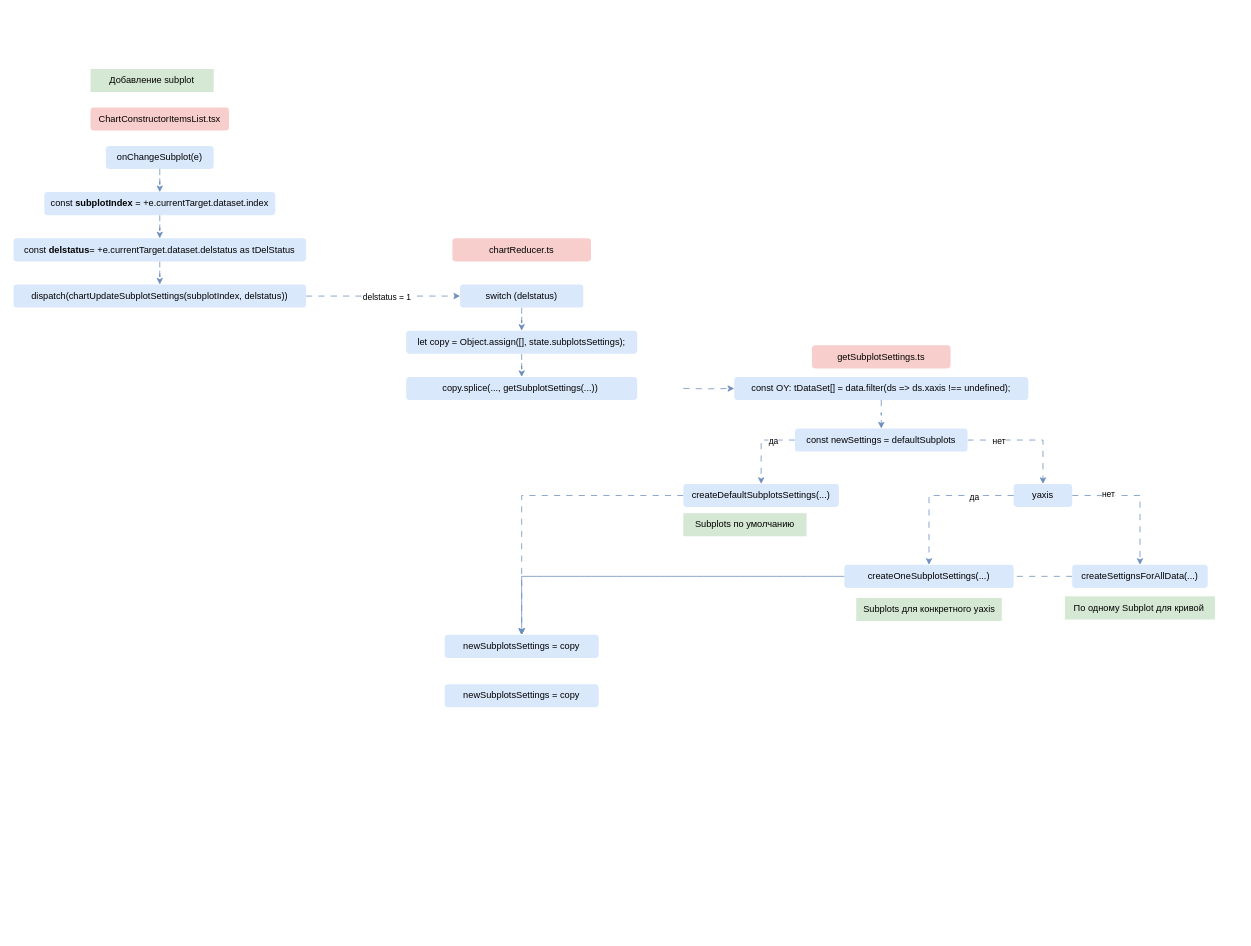
Above: page "Subplots" (3 of 3) of Plotly.drawio in orlov-oleg-developer/asuter-UML (draw.io), before the change. Source tidied: cells renumbered, new cells numbered last; positions are measured from the earlier drawing's top-left corner, leaving out a move shared by most shapes. Both pictures are drawn from the tidied source at 77%, with x=0, y=0 at pixel (13, 69).
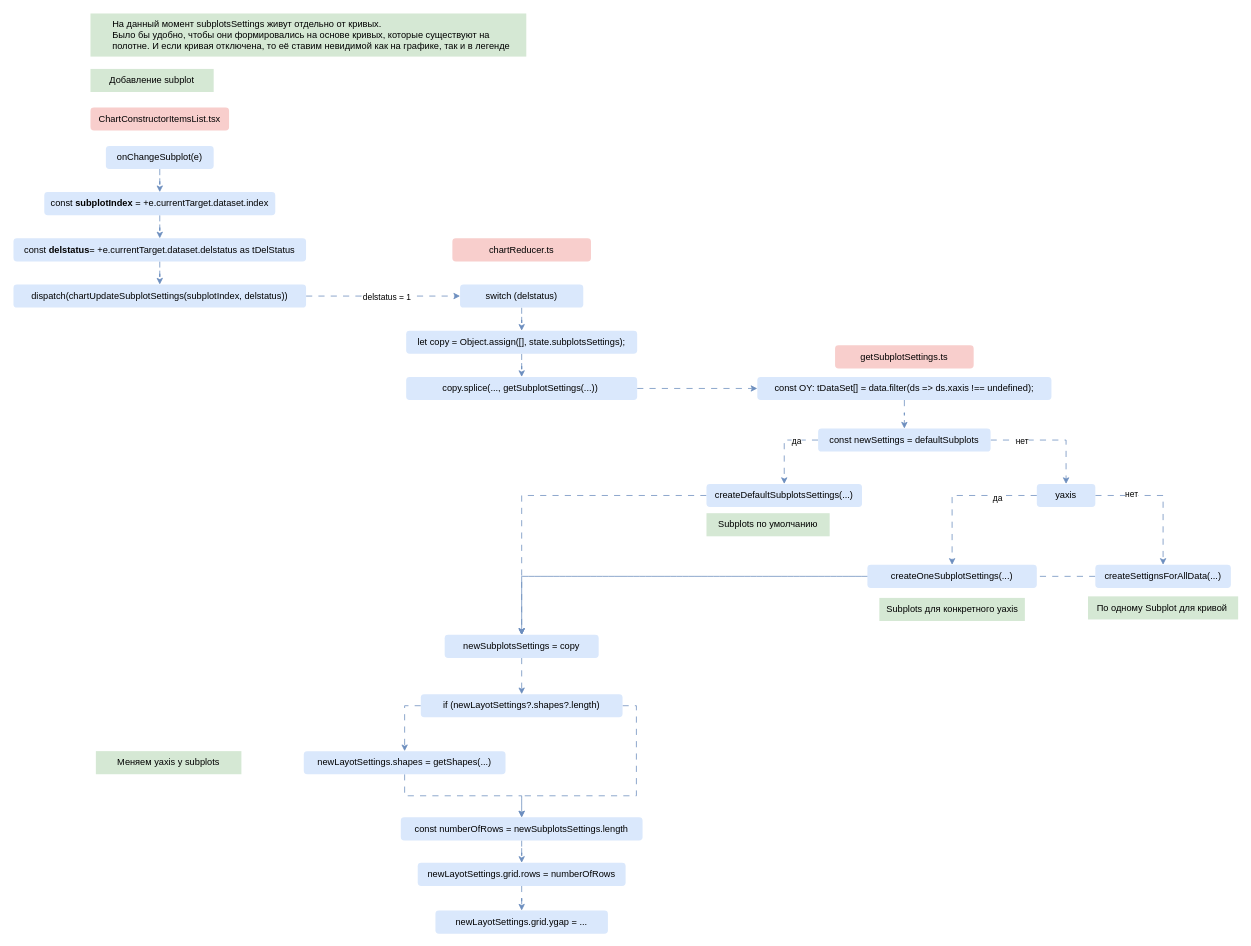
The same page after the edit.

The change refers to these unchanged cells:
```xml
<mxCell id="20" value="copy.splice(...,&amp;nbsp;getSubplotSettings(...))&amp;nbsp;" style="text;html=1;strokeColor=none;fillColor=#dae8fc;align=center;verticalAlign=middle;whiteSpace=wrap;rounded=1;" parent="1" vertex="1">
  <mxGeometry x="510" y="400" width="300" height="30" as="geometry" />
</mxCell>
<mxCell id="21" value="newSubplotsSettings = copy" style="text;html=1;strokeColor=none;fillColor=#dae8fc;align=center;verticalAlign=middle;whiteSpace=wrap;rounded=1;" parent="1" vertex="1">
  <mxGeometry x="560" y="735" width="200" height="30" as="geometry" />
</mxCell>
```

What changed in the source:
```diff
@@
-    <mxCell id="19" style="edgeStyle=orthogonalEdgeStyle;shape=connector;rounded=0;jettySize=auto;html=1;entryX=0;entryY=0.5;entryDx=0;entryDy=0;dashed=1;dashPattern=8 8;labelBackgroundColor=default;strokeColor=#6c8ebf;align=center;verticalAlign=middle;fontFamily=Helvetica;fontSize=11;fontColor=default;endArrow=classic;fillColor=#dae8fc;" parent="1" edge="1" target="24">
-      <mxGeometry relative="1" as="geometry">
-        <mxPoint x="870" y="415" as="sourcePoint" />
-      </mxGeometry>
-    </mxCell>
+    <mxCell id="44" style="edgeStyle=orthogonalEdgeStyle;shape=connector;rounded=0;jettySize=auto;html=1;entryX=0;entryY=0.5;entryDx=0;entryDy=0;dashed=1;dashPattern=8 8;labelBackgroundColor=default;strokeColor=#6c8ebf;align=center;verticalAlign=middle;fontFamily=Helvetica;fontSize=11;fontColor=default;endArrow=classic;fillColor=#dae8fc;" parent="1" edge="1" source="20" target="24">
+      <mxGeometry relative="1" as="geometry" />
+    </mxCell>
@@
+    <mxCell id="45" style="edgeStyle=orthogonalEdgeStyle;shape=connector;rounded=0;jettySize=auto;html=1;entryX=0.5;entryY=0;entryDx=0;entryDy=0;dashed=1;dashPattern=8 8;labelBackgroundColor=default;strokeColor=#6c8ebf;align=center;verticalAlign=middle;fontFamily=Helvetica;fontSize=11;fontColor=default;endArrow=classic;fillColor=#dae8fc;" parent="1" edge="1" source="21" target="43">
+      <mxGeometry relative="1" as="geometry" />
+    </mxCell>
@@
     <mxCell id="22" value="getSubplotSettings.ts" style="text;html=1;strokeColor=none;fillColor=#f8cecc;align=center;verticalAlign=middle;whiteSpace=wrap;rounded=1;" parent="1" vertex="1">
-      <mxGeometry x="1037" y="359" width="180" height="30" as="geometry" />
+      <mxGeometry x="1067" y="359" width="180" height="30" as="geometry" />
     </mxCell>
@@
     <mxCell id="24" value="const OY: tDataSet[] = data.filter(ds =&amp;gt; ds.xaxis !== undefined);" style="text;html=1;strokeColor=none;fillColor=#dae8fc;align=center;verticalAlign=middle;whiteSpace=wrap;rounded=1;" parent="1" vertex="1">
-      <mxGeometry x="936" y="400" width="382" height="30" as="geometry" />
+      <mxGeometry x="966" y="400" width="382" height="30" as="geometry" />
     </mxCell>
@@
     <mxCell id="29" value="const newSettings = defaultSubplots" style="text;html=1;strokeColor=none;fillColor=#dae8fc;align=center;verticalAlign=middle;whiteSpace=wrap;rounded=1;" parent="1" vertex="1">
-      <mxGeometry x="1015" y="467" width="224" height="30" as="geometry" />
+      <mxGeometry x="1045" y="467" width="224" height="30" as="geometry" />
     </mxCell>
@@
     <mxCell id="31" value="createDefaultSubplotsSettings(...)" style="text;html=1;strokeColor=none;fillColor=#dae8fc;align=center;verticalAlign=middle;whiteSpace=wrap;rounded=1;" parent="1" vertex="1">
-      <mxGeometry x="870" y="539" width="202" height="30" as="geometry" />
+      <mxGeometry x="900" y="539" width="202" height="30" as="geometry" />
     </mxCell>
@@
     <mxCell id="34" value="yaxis" style="text;html=1;strokeColor=none;fillColor=#dae8fc;align=center;verticalAlign=middle;whiteSpace=wrap;rounded=1;" parent="1" vertex="1">
-      <mxGeometry x="1299" y="539" width="76" height="30" as="geometry" />
+      <mxGeometry x="1329" y="539" width="76" height="30" as="geometry" />
     </mxCell>
@@
     <mxCell id="36" value="createOneSubplotSettings(...)" style="text;html=1;strokeColor=none;fillColor=#dae8fc;align=center;verticalAlign=middle;whiteSpace=wrap;rounded=1;" parent="1" vertex="1">
-      <mxGeometry x="1079" y="644" width="220" height="30" as="geometry" />
+      <mxGeometry x="1109" y="644" width="220" height="30" as="geometry" />
     </mxCell>
     <mxCell id="37" value="createSettignsForAllData(...)" style="text;html=1;strokeColor=none;fillColor=#dae8fc;align=center;verticalAlign=middle;whiteSpace=wrap;rounded=1;" parent="1" vertex="1">
-      <mxGeometry x="1375" y="644" width="176" height="30" as="geometry" />
+      <mxGeometry x="1405" y="644" width="176" height="30" as="geometry" />
     </mxCell>
     <mxCell id="38" style="edgeStyle=orthogonalEdgeStyle;shape=connector;rounded=0;jettySize=auto;html=1;dashed=1;dashPattern=8 8;labelBackgroundColor=default;strokeColor=#6c8ebf;align=center;verticalAlign=middle;fontFamily=Helvetica;fontSize=11;fontColor=default;endArrow=classic;fillColor=#dae8fc;entryX=0.5;entryY=0;entryDx=0;entryDy=0;" parent="1" edge="1" source="34" target="36">
       <mxGeometry relative="1" as="geometry">
         <Array as="points">
-          <mxPoint x="1189" y="554" />
+          <mxPoint x="1219" y="554" />
         </Array>
       </mxGeometry>
     </mxCell>
@@
     <mxCell id="40" value="Subplots по умолчанию" style="text;html=1;strokeColor=none;fillColor=#d5e8d4;align=center;verticalAlign=middle;whiteSpace=wrap;rounded=0;" parent="1" vertex="1">
-      <mxGeometry x="870" y="577" width="160" height="30" as="geometry" />
+      <mxGeometry x="900" y="577" width="160" height="30" as="geometry" />
     </mxCell>
     <mxCell id="41" value="Subplots для конкретного yaxis" style="text;html=1;strokeColor=none;fillColor=#d5e8d4;align=center;verticalAlign=middle;whiteSpace=wrap;rounded=0;" parent="1" vertex="1">
-      <mxGeometry x="1094.5" y="687" width="189" height="30" as="geometry" />
+      <mxGeometry x="1124.5" y="687" width="189" height="30" as="geometry" />
     </mxCell>
     <mxCell id="42" value="По одному Subplot для кривой&amp;nbsp;" style="text;html=1;strokeColor=none;fillColor=#d5e8d4;align=center;verticalAlign=middle;whiteSpace=wrap;rounded=0;" parent="1" vertex="1">
-      <mxGeometry x="1365.5" y="685" width="195" height="30" as="geometry" />
+      <mxGeometry x="1395.5" y="685" width="195" height="30" as="geometry" />
     </mxCell>
+    <mxCell id="46" style="edgeStyle=orthogonalEdgeStyle;shape=connector;rounded=0;jettySize=auto;html=1;entryX=0.5;entryY=0;entryDx=0;entryDy=0;dashed=1;dashPattern=8 8;labelBackgroundColor=default;strokeColor=#6c8ebf;align=center;verticalAlign=middle;fontFamily=Helvetica;fontSize=11;fontColor=default;endArrow=classic;fillColor=#dae8fc;exitX=0;exitY=0.5;exitDx=0;exitDy=0;" parent="1" edge="1" source="43" target="50">
+      <mxGeometry relative="1" as="geometry" />
+    </mxCell>
+    <mxCell id="47" style="edgeStyle=orthogonalEdgeStyle;shape=connector;rounded=0;jettySize=auto;html=1;entryX=0.5;entryY=0;entryDx=0;entryDy=0;dashed=1;dashPattern=8 8;labelBackgroundColor=default;strokeColor=#6c8ebf;align=center;verticalAlign=middle;fontFamily=Helvetica;fontSize=11;fontColor=default;endArrow=classic;fillColor=#dae8fc;" parent="1" edge="1" source="43" target="52">
+      <mxGeometry relative="1" as="geometry">
+        <Array as="points">
+          <mxPoint x="809" y="827" />
+          <mxPoint x="809" y="944" />
+          <mxPoint x="660" y="944" />
+        </Array>
+      </mxGeometry>
+    </mxCell>
-    <mxCell id="43" value="newSubplotsSettings = copy" style="text;html=1;strokeColor=none;fillColor=#dae8fc;align=center;verticalAlign=middle;whiteSpace=wrap;rounded=1;" parent="1" vertex="1">
-      <mxGeometry x="560" y="799" width="200" height="30" as="geometry" />
+    <mxCell id="43" value="if (newLayotSettings?.shapes?.length)" style="text;html=1;strokeColor=none;fillColor=#dae8fc;align=center;verticalAlign=middle;whiteSpace=wrap;rounded=1;" parent="1" vertex="1">
+      <mxGeometry x="529" y="812" width="262" height="30" as="geometry" />
     </mxCell>
+    <mxCell id="48" value="&lt;span style=&quot;white-space: pre;&quot;&gt;&#9;&lt;/span&gt;На данный момент&amp;nbsp;subplotsSettings живут отдельно от кривых. &lt;br&gt;&lt;span style=&quot;white-space: pre;&quot;&gt;&#9;&lt;/span&gt;Было бы удобно, чтобы они формировались на основе кривых, которые существуют на &lt;span style=&quot;white-space: pre;&quot;&gt;&#9;&lt;/span&gt;полотне. И если кривая отключена, то её ставим невидимой как на графике, так и в легенде" style="text;html=1;strokeColor=none;fillColor=#d5e8d4;align=left;verticalAlign=middle;whiteSpace=wrap;rounded=0;" parent="1" vertex="1">
+      <mxGeometry x="100" y="-72" width="566" height="56" as="geometry" />
+    </mxCell>
+    <mxCell id="49" style="edgeStyle=orthogonalEdgeStyle;shape=connector;rounded=0;jettySize=auto;html=1;entryX=0.5;entryY=0;entryDx=0;entryDy=0;dashed=1;dashPattern=8 8;labelBackgroundColor=default;strokeColor=#6c8ebf;align=center;verticalAlign=middle;fontFamily=Helvetica;fontSize=11;fontColor=default;endArrow=classic;fillColor=#dae8fc;" parent="1" edge="1" source="50" target="52">
+      <mxGeometry relative="1" as="geometry" />
+    </mxCell>
+    <mxCell id="50" value="newLayotSettings.shapes = getShapes(...)" style="text;html=1;strokeColor=none;fillColor=#dae8fc;align=center;verticalAlign=middle;whiteSpace=wrap;rounded=1;" parent="1" vertex="1">
+      <mxGeometry x="377" y="886" width="262" height="30" as="geometry" />
+    </mxCell>
+    <mxCell id="51" style="edgeStyle=orthogonalEdgeStyle;shape=connector;rounded=0;jettySize=auto;html=1;entryX=0.5;entryY=0;entryDx=0;entryDy=0;dashed=1;dashPattern=8 8;labelBackgroundColor=default;strokeColor=#6c8ebf;align=center;verticalAlign=middle;fontFamily=Helvetica;fontSize=11;fontColor=default;endArrow=classic;fillColor=#dae8fc;" parent="1" edge="1" source="52" target="54">
+      <mxGeometry relative="1" as="geometry" />
+    </mxCell>
+    <mxCell id="52" value="const numberOfRows = newSubplotsSettings.length" style="text;html=1;strokeColor=none;fillColor=#dae8fc;align=center;verticalAlign=middle;whiteSpace=wrap;rounded=1;" parent="1" vertex="1">
+      <mxGeometry x="503" y="972" width="314" height="30" as="geometry" />
+    </mxCell>
+    <mxCell id="53" style="edgeStyle=orthogonalEdgeStyle;shape=connector;rounded=0;jettySize=auto;html=1;entryX=0.5;entryY=0;entryDx=0;entryDy=0;dashed=1;dashPattern=8 8;labelBackgroundColor=default;strokeColor=#6c8ebf;align=center;verticalAlign=middle;fontFamily=Helvetica;fontSize=11;fontColor=default;endArrow=classic;fillColor=#dae8fc;" parent="1" edge="1" source="54" target="55">
+      <mxGeometry relative="1" as="geometry" />
+    </mxCell>
+    <mxCell id="54" value="newLayotSettings.grid.rows = numberOfRows" style="text;html=1;strokeColor=none;fillColor=#dae8fc;align=center;verticalAlign=middle;whiteSpace=wrap;rounded=1;" parent="1" vertex="1">
+      <mxGeometry x="525" y="1031" width="270" height="30" as="geometry" />
+    </mxCell>
+    <mxCell id="55" value="newLayotSettings.grid.ygap = ..." style="text;html=1;strokeColor=none;fillColor=#dae8fc;align=center;verticalAlign=middle;whiteSpace=wrap;rounded=1;" parent="1" vertex="1">
+      <mxGeometry x="548" y="1093" width="224" height="30" as="geometry" />
+    </mxCell>
+    <mxCell id="56" value="Меняем yaxis у subplots" style="text;html=1;strokeColor=none;fillColor=#d5e8d4;align=center;verticalAlign=middle;whiteSpace=wrap;rounded=0;" parent="1" vertex="1">
+      <mxGeometry x="107" y="886" width="189" height="30" as="geometry" />
+    </mxCell>
```
